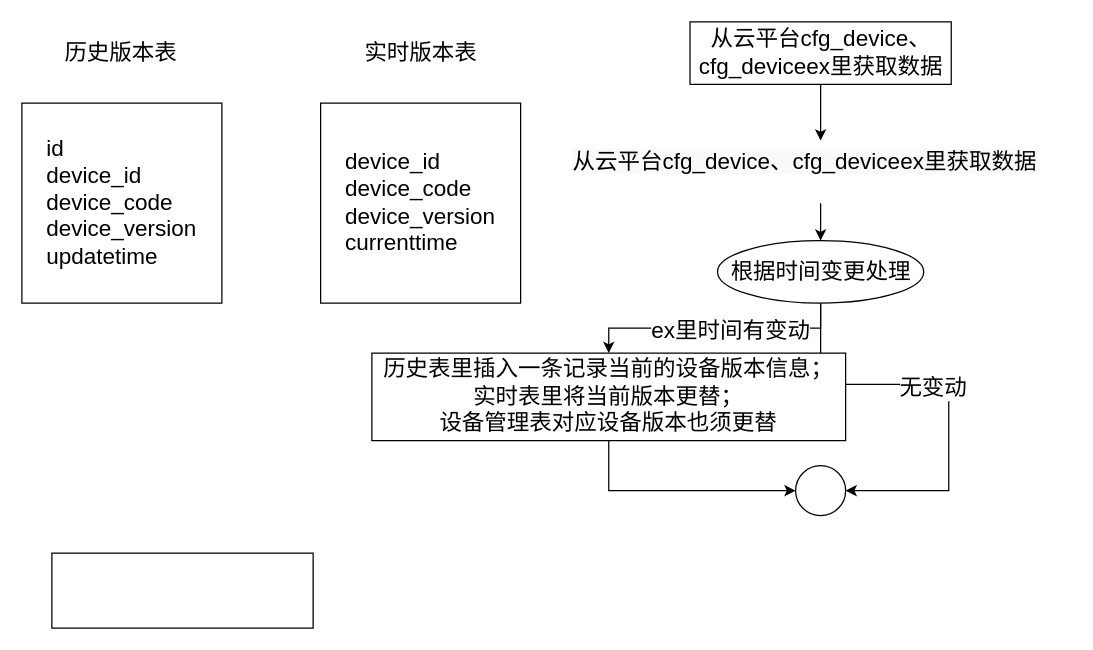
The draw.io diagram 2022.11/定时任务-保存版本.drawio in MxdGff/ImageStorge, before the edit. Source tidied: cells renumbered, new cells numbered last; positions are measured from the earlier drawing's top-left corner, leaving out a move shared by most shapes. Both pictures are drawn from the tidied source at 125%, with x=0, y=0 at pixel (21, 21).
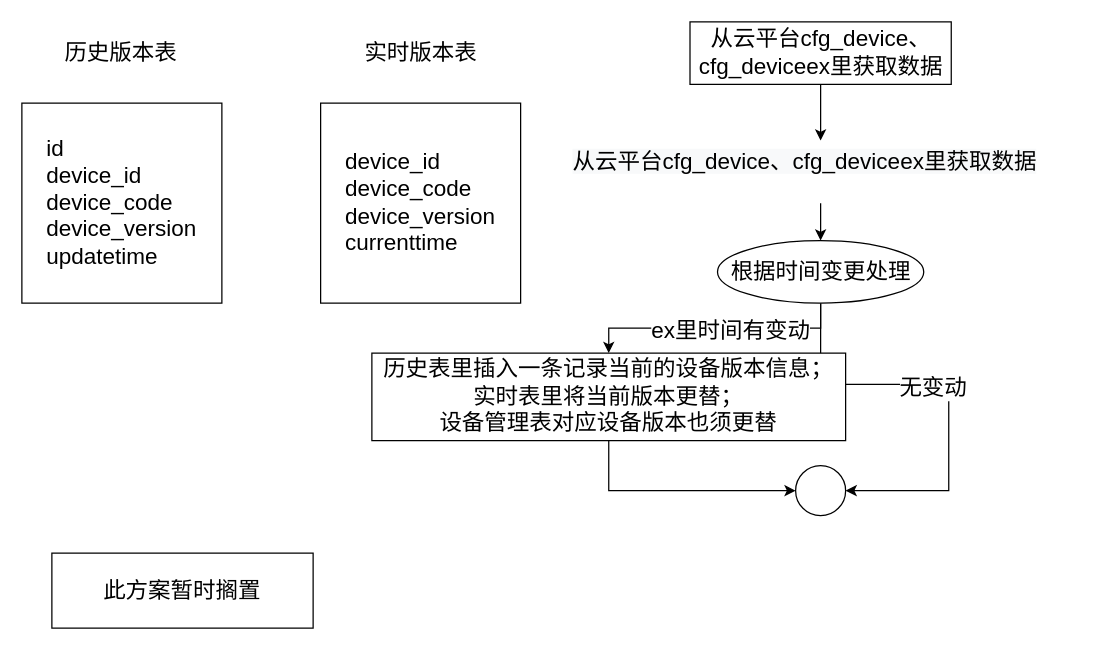
The same page after the edit.

Commit message:
更新定时任务-保存版本.drawio

What changed in the source:
```diff
@@
 <mxGraphModel>
   <root>
     <mxCell id="0" />
     <mxCell id="1" parent="0" />
     <mxCell id="2" value="&lt;font style=&quot;font-size: 18px;&quot;&gt;历史版本表&lt;/font&gt;" style="text;html=1;align=center;verticalAlign=middle;strokeColor=none;fillColor=none;" parent="1" vertex="1">
       <mxGeometry x="24" y="5" width="110" height="40" as="geometry" />
     </mxCell>
     <mxCell id="3" value="&lt;font style=&quot;font-size: 18px;&quot;&gt;实时版本表&lt;/font&gt;" style="text;html=1;align=center;verticalAlign=middle;strokeColor=none;fillColor=none;" parent="1" vertex="1">
       <mxGeometry x="264" y="5" width="110" height="40" as="geometry" />
     </mxCell>
     <mxCell id="4" value="&lt;div style=&quot;text-align: justify;&quot;&gt;&lt;span style=&quot;background-color: initial;&quot;&gt;device_id&lt;/span&gt;&lt;/div&gt;&lt;div style=&quot;text-align: justify;&quot;&gt;&lt;span style=&quot;background-color: initial;&quot;&gt;device_code&lt;/span&gt;&lt;/div&gt;&lt;div style=&quot;text-align: justify;&quot;&gt;&lt;span style=&quot;background-color: initial;&quot;&gt;device_version&lt;/span&gt;&lt;/div&gt;&lt;div style=&quot;text-align: justify;&quot;&gt;&lt;span style=&quot;background-color: initial;&quot;&gt;currenttime&lt;/span&gt;&lt;/div&gt;" style="whiteSpace=wrap;html=1;fontSize=18;align=center;" parent="1" vertex="1">
       <mxGeometry x="239" y="65" width="160" height="160" as="geometry" />
     </mxCell>
     <mxCell id="5" value="&lt;div style=&quot;text-align: justify;&quot;&gt;&lt;span style=&quot;background-color: initial;&quot;&gt;id&lt;/span&gt;&lt;/div&gt;&lt;div style=&quot;text-align: justify;&quot;&gt;&lt;span style=&quot;background-color: initial;&quot;&gt;device_id&lt;/span&gt;&lt;/div&gt;&lt;div style=&quot;text-align: justify;&quot;&gt;&lt;span style=&quot;background-color: initial;&quot;&gt;device_code&lt;/span&gt;&lt;/div&gt;&lt;div style=&quot;text-align: justify;&quot;&gt;&lt;span style=&quot;background-color: initial;&quot;&gt;device_version&lt;/span&gt;&lt;/div&gt;&lt;div style=&quot;text-align: justify;&quot;&gt;&lt;span style=&quot;background-color: initial;&quot;&gt;updatetime&lt;/span&gt;&lt;/div&gt;" style="whiteSpace=wrap;html=1;fontSize=18;align=center;" parent="1" vertex="1">
       <mxGeometry y="65" width="160" height="160" as="geometry" />
     </mxCell>
     <mxCell id="6" style="edgeStyle=orthogonalEdgeStyle;rounded=0;jettySize=auto;html=1;exitX=0.5;exitY=1;exitDx=0;exitDy=0;fontFamily=Helvetica;fontSize=18;" parent="1" edge="1" source="7" target="9">
       <mxGeometry relative="1" as="geometry" />
     </mxCell>
     <mxCell id="7" value="从云平台cfg_device、cfg_deviceex里获取数据" style="rounded=0;whiteSpace=wrap;html=1;fontSize=18;" parent="1" vertex="1">
       <mxGeometry x="534.5" width="209" height="50" as="geometry" />
     </mxCell>
     <mxCell id="8" style="edgeStyle=orthogonalEdgeStyle;rounded=0;jettySize=auto;html=1;fontFamily=Helvetica;fontSize=18;" parent="1" edge="1" source="9" target="14">
       <mxGeometry relative="1" as="geometry" />
     </mxCell>
     <mxCell id="9" value="&lt;span style=&quot;color: rgb(0, 0, 0); font-size: 18px; font-style: normal; font-variant-ligatures: normal; font-variant-caps: normal; font-weight: 400; letter-spacing: normal; orphans: 2; text-align: center; text-indent: 0px; text-transform: none; widows: 2; word-spacing: 0px; -webkit-text-stroke-width: 0px; background-color: rgb(248, 249, 250); text-decoration-thickness: initial; text-decoration-style: initial; text-decoration-color: initial; float: none; display: inline !important;&quot;&gt;从云平台cfg_device、cfg_deviceex里获取数据&lt;/span&gt;" style="text;whiteSpace=wrap;html=1;fontSize=18;" parent="1" vertex="1">
       <mxGeometry x="439" y="95" width="400" height="50" as="geometry" />
     </mxCell>
     <mxCell id="10" style="edgeStyle=orthogonalEdgeStyle;rounded=0;jettySize=auto;html=1;exitX=0.5;exitY=1;exitDx=0;exitDy=0;fontFamily=Helvetica;fontSize=18;" parent="1" edge="1" source="14" target="17">
       <mxGeometry relative="1" as="geometry" />
     </mxCell>
     <mxCell id="11" value="ex里时间有变动" style="edgeLabel;html=1;align=center;verticalAlign=middle;fontSize=18;fontFamily=Helvetica;" parent="10" vertex="1">
       <mxGeometry x="-0.11" y="1" relative="1" as="geometry" />
     </mxCell>
     <mxCell id="12" style="edgeStyle=orthogonalEdgeStyle;rounded=0;jettySize=auto;html=1;exitX=0.5;exitY=1;exitDx=0;exitDy=0;entryX=1;entryY=0.5;entryDx=0;entryDy=0;fontFamily=Helvetica;fontSize=18;" parent="1" edge="1" source="14" target="15">
       <mxGeometry relative="1" as="geometry" />
     </mxCell>
     <mxCell id="13" value="无变动" style="edgeLabel;html=1;align=center;verticalAlign=middle;fontSize=18;fontFamily=Helvetica;" parent="12" vertex="1">
       <mxGeometry x="-0.08" y="-2" relative="1" as="geometry" />
     </mxCell>
     <mxCell id="14" value="根据时间变更处理" style="ellipse;whiteSpace=wrap;html=1;fontSize=18;" parent="1" vertex="1">
       <mxGeometry x="556.5" y="175" width="165" height="50" as="geometry" />
     </mxCell>
     <mxCell id="15" style="ellipse;whiteSpace=wrap;html=1;fontSize=18;" parent="1" vertex="1">
       <mxGeometry x="619" y="355" width="40" height="40" as="geometry" />
     </mxCell>
     <mxCell id="16" style="edgeStyle=orthogonalEdgeStyle;rounded=0;jettySize=auto;html=1;exitX=0.5;exitY=1;exitDx=0;exitDy=0;entryX=0;entryY=0.5;entryDx=0;entryDy=0;fontFamily=Helvetica;fontSize=18;" parent="1" edge="1" source="17" target="15">
       <mxGeometry relative="1" as="geometry" />
     </mxCell>
     <mxCell id="17" value="历史表里插入一条记录当前的设备版本信息；&lt;br&gt;实时表里将当前版本更替；&lt;br&gt;设备管理表对应设备版本也须更替" style="rounded=0;whiteSpace=wrap;html=1;fontSize=18;" parent="1" vertex="1">
       <mxGeometry x="280" y="265" width="379" height="70" as="geometry" />
     </mxCell>
-    <mxCell id="18" style="rounded=0;whiteSpace=wrap;html=1;fontSize=18;" parent="1" vertex="1">
+    <mxCell id="18" value="此方案暂时搁置" style="rounded=0;whiteSpace=wrap;html=1;fontSize=18;" parent="1" vertex="1">
       <mxGeometry x="24" y="425" width="209" height="60" as="geometry" />
     </mxCell>
   </root>
 </mxGraphModel>
```
